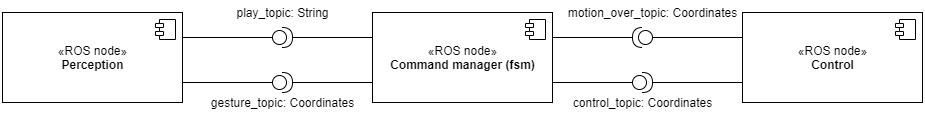
The draw.io diagram assignment2/images/architecture and topics.png in andreabradpitto/Experimental-robotics-laboratory, before a commit. Source tidied: cells renumbered, new cells last; positions are measured from the earlier drawing's top-left corner, leaving out a move shared by most shapes. Source of this version:
```xml
<mxGraphModel>
  <root>
    <mxCell id="0" style="html=1;" />
    <mxCell id="1" style="html=1;" parent="0" />
    <mxCell id="2" value="«ROS node»&lt;br&gt;&lt;b&gt;Perception&lt;/b&gt;" style="html=1;" parent="1" vertex="1">
      <mxGeometry y="10" width="180" height="90" as="geometry" />
    </mxCell>
    <mxCell id="3" style="shape=module;jettyWidth=8;jettyHeight=4;" parent="2" vertex="1">
      <mxGeometry x="1" width="20" height="20" relative="1" as="geometry">
        <mxPoint x="-27" y="7" as="offset" />
      </mxGeometry>
    </mxCell>
    <mxCell id="4" value="«ROS node»&lt;br&gt;&lt;b&gt;Command manager (fsm)&lt;/b&gt;" style="html=1;" parent="1" vertex="1">
      <mxGeometry x="370" y="10" width="180" height="90" as="geometry" />
    </mxCell>
    <mxCell id="5" style="shape=module;jettyWidth=8;jettyHeight=4;" parent="4" vertex="1">
      <mxGeometry x="1" width="20" height="20" relative="1" as="geometry">
        <mxPoint x="-27" y="7" as="offset" />
      </mxGeometry>
    </mxCell>
    <mxCell id="6" value="«ROS node»&lt;br&gt;&lt;b&gt;Control&lt;/b&gt;" style="html=1;" parent="1" vertex="1">
      <mxGeometry x="740" y="10" width="180" height="90" as="geometry" />
    </mxCell>
    <mxCell id="7" style="shape=module;jettyWidth=8;jettyHeight=4;" parent="6" vertex="1">
      <mxGeometry x="1" width="20" height="20" relative="1" as="geometry">
        <mxPoint x="-27" y="7" as="offset" />
      </mxGeometry>
    </mxCell>
    <mxCell id="8" style="shape=providedRequiredInterface;html=1;verticalLabelPosition=bottom;" parent="1" vertex="1">
      <mxGeometry x="270" y="70" width="20" height="20" as="geometry" />
    </mxCell>
    <mxCell id="9" style="line;strokeWidth=1;fillColor=none;align=left;verticalAlign=middle;spacingTop=-1;spacingLeft=3;spacingRight=3;labelPosition=right;" parent="1" vertex="1">
      <mxGeometry x="180" y="76" width="90" height="8" as="geometry" />
    </mxCell>
    <mxCell id="10" style="line;strokeWidth=1;fillColor=none;align=left;verticalAlign=middle;spacingTop=-1;spacingLeft=3;spacingRight=3;labelPosition=right;" parent="1" vertex="1">
      <mxGeometry x="290" y="76" width="80" height="8" as="geometry" />
    </mxCell>
    <mxCell id="11" style="line;strokeWidth=1;fillColor=none;align=left;verticalAlign=middle;spacingTop=-1;spacingLeft=3;spacingRight=3;labelPosition=right;" parent="1" vertex="1">
      <mxGeometry x="550" y="76" width="90" height="8" as="geometry" />
    </mxCell>
    <mxCell id="12" style="line;strokeWidth=1;fillColor=none;align=left;verticalAlign=middle;spacingTop=-1;spacingLeft=3;spacingRight=3;labelPosition=right;" parent="1" vertex="1">
      <mxGeometry x="650" y="76" width="90" height="8" as="geometry" />
    </mxCell>
    <mxCell id="13" style="shape=providedRequiredInterface;html=1;verticalLabelPosition=bottom;" parent="1" vertex="1">
      <mxGeometry x="630" y="70" width="20" height="20" as="geometry" />
    </mxCell>
    <mxCell id="14" value="gesture_topic: Coordinates" style="text;html=1;align=center;verticalAlign=middle;" parent="1" vertex="1">
      <mxGeometry x="200" y="90" width="160" height="20" as="geometry" />
    </mxCell>
    <mxCell id="15" value="control_topic: Coordinates" style="text;html=1;align=center;verticalAlign=middle;" parent="1" vertex="1">
      <mxGeometry x="565" y="90" width="150" height="20" as="geometry" />
    </mxCell>
    <mxCell id="16" style="shape=providedRequiredInterface;html=1;verticalLabelPosition=bottom;direction=west;" parent="1" vertex="1">
      <mxGeometry x="630" y="25" width="20" height="20" as="geometry" />
    </mxCell>
    <mxCell id="17" style="line;strokeWidth=1;fillColor=none;align=left;verticalAlign=middle;spacingTop=-1;spacingLeft=3;spacingRight=3;labelPosition=right;" parent="1" vertex="1">
      <mxGeometry x="550" y="31" width="80" height="8" as="geometry" />
    </mxCell>
    <mxCell id="18" style="line;strokeWidth=1;fillColor=none;align=left;verticalAlign=middle;spacingTop=-1;spacingLeft=3;spacingRight=3;labelPosition=right;" parent="1" vertex="1">
      <mxGeometry x="650" y="31" width="90" height="8" as="geometry" />
    </mxCell>
    <mxCell id="19" value="motion_over_topic: Coordinates" style="text;html=1;align=center;verticalAlign=middle;" parent="1" vertex="1">
      <mxGeometry x="560" width="180" height="20" as="geometry" />
    </mxCell>
    <mxCell id="20" style="shape=providedRequiredInterface;html=1;verticalLabelPosition=bottom;" parent="1" vertex="1">
      <mxGeometry x="270" y="25" width="20" height="20" as="geometry" />
    </mxCell>
    <mxCell id="21" style="line;strokeWidth=1;fillColor=none;align=left;verticalAlign=middle;spacingTop=-1;spacingLeft=3;spacingRight=3;labelPosition=right;" parent="1" vertex="1">
      <mxGeometry x="180" y="31" width="90" height="8" as="geometry" />
    </mxCell>
    <mxCell id="22" style="line;strokeWidth=1;fillColor=none;align=left;verticalAlign=middle;spacingTop=-1;spacingLeft=3;spacingRight=3;labelPosition=right;" parent="1" vertex="1">
      <mxGeometry x="290" y="31" width="80" height="8" as="geometry" />
    </mxCell>
    <mxCell id="23" value="play_topic: String" style="text;html=1;align=center;verticalAlign=middle;" parent="1" vertex="1">
      <mxGeometry x="225" width="110" height="20" as="geometry" />
    </mxCell>
  </root>
</mxGraphModel>
```
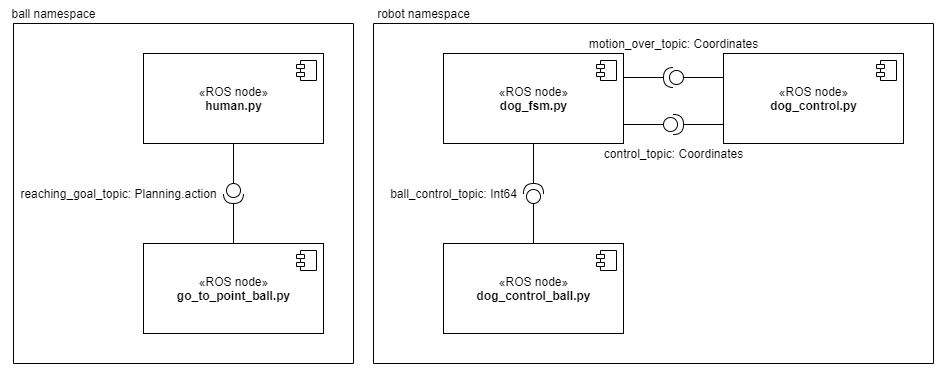
After the change.

The edit, as a diff of the source:
```diff
@@ -2,77 +2,147 @@
   <root>
     <mxCell id="0" style="html=1;" />
     <mxCell id="1" style="html=1;" parent="0" />
-    <mxCell id="2" value="«ROS node»&lt;br&gt;&lt;b&gt;Perception&lt;/b&gt;" style="html=1;" parent="1" vertex="1">
-      <mxGeometry y="10" width="180" height="90" as="geometry" />
+    <mxCell id="2" value="«ROS node»&lt;br&gt;&lt;b&gt;human.py&lt;/b&gt;" style="html=1;" parent="1" vertex="1">
+      <mxGeometry x="40" y="10" width="180" height="90" as="geometry" />
     </mxCell>
     <mxCell id="3" style="shape=module;jettyWidth=8;jettyHeight=4;" parent="2" vertex="1">
       <mxGeometry x="1" width="20" height="20" relative="1" as="geometry">
         <mxPoint x="-27" y="7" as="offset" />
       </mxGeometry>
     </mxCell>
-    <mxCell id="4" value="«ROS node»&lt;br&gt;&lt;b&gt;Command manager (fsm)&lt;/b&gt;" style="html=1;" parent="1" vertex="1">
-      <mxGeometry x="370" y="10" width="180" height="90" as="geometry" />
+    <mxCell id="4" value="«ROS node»&lt;br&gt;&lt;b&gt;dog_fsm.py&lt;/b&gt;" style="html=1;" parent="1" vertex="1">
+      <mxGeometry x="340" y="10" width="180" height="90" as="geometry" />
     </mxCell>
     <mxCell id="5" style="shape=module;jettyWidth=8;jettyHeight=4;" parent="4" vertex="1">
       <mxGeometry x="1" width="20" height="20" relative="1" as="geometry">
         <mxPoint x="-27" y="7" as="offset" />
       </mxGeometry>
     </mxCell>
-    <mxCell id="6" value="«ROS node»&lt;br&gt;&lt;b&gt;Control&lt;/b&gt;" style="html=1;" parent="1" vertex="1">
-      <mxGeometry x="740" y="10" width="180" height="90" as="geometry" />
+    <mxCell id="6" value="«ROS node»&lt;br&gt;&lt;b&gt;dog_control.py&lt;/b&gt;" style="html=1;" parent="1" vertex="1">
+      <mxGeometry x="620" y="10" width="180" height="90" as="geometry" />
     </mxCell>
     <mxCell id="7" style="shape=module;jettyWidth=8;jettyHeight=4;" parent="6" vertex="1">
       <mxGeometry x="1" width="20" height="20" relative="1" as="geometry">
         <mxPoint x="-27" y="7" as="offset" />
       </mxGeometry>
     </mxCell>
-    <mxCell id="8" style="shape=providedRequiredInterface;html=1;verticalLabelPosition=bottom;" parent="1" vertex="1">
-      <mxGeometry x="270" y="70" width="20" height="20" as="geometry" />
+    <mxCell id="8" style="shape=providedRequiredInterface;html=1;verticalLabelPosition=bottom;direction=south;" parent="1" vertex="1">
+      <mxGeometry x="120" y="140" width="20" height="20" as="geometry" />
     </mxCell>
-    <mxCell id="9" style="line;strokeWidth=1;fillColor=none;align=left;verticalAlign=middle;spacingTop=-1;spacingLeft=3;spacingRight=3;labelPosition=right;" parent="1" vertex="1">
-      <mxGeometry x="180" y="76" width="90" height="8" as="geometry" />
-    </mxCell>
-    <mxCell id="10" style="line;strokeWidth=1;fillColor=none;align=left;verticalAlign=middle;spacingTop=-1;spacingLeft=3;spacingRight=3;labelPosition=right;" parent="1" vertex="1">
-      <mxGeometry x="290" y="76" width="80" height="8" as="geometry" />
+    <mxCell id="10" style="line;strokeWidth=1;fillColor=none;align=left;verticalAlign=middle;spacingTop=-1;spacingLeft=3;spacingRight=3;labelPosition=right;direction=south;" parent="1" vertex="1">
+      <mxGeometry x="126" y="160" width="8" height="40" as="geometry" />
     </mxCell>
-    <mxCell id="11" style="line;strokeWidth=1;fillColor=none;align=left;verticalAlign=middle;spacingTop=-1;spacingLeft=3;spacingRight=3;labelPosition=right;" parent="1" vertex="1">
-      <mxGeometry x="550" y="76" width="90" height="8" as="geometry" />
-    </mxCell>
-    <mxCell id="12" style="line;strokeWidth=1;fillColor=none;align=left;verticalAlign=middle;spacingTop=-1;spacingLeft=3;spacingRight=3;labelPosition=right;" parent="1" vertex="1">
-      <mxGeometry x="650" y="76" width="90" height="8" as="geometry" />
-    </mxCell>
-    <mxCell id="13" style="shape=providedRequiredInterface;html=1;verticalLabelPosition=bottom;" parent="1" vertex="1">
-      <mxGeometry x="630" y="70" width="20" height="20" as="geometry" />
-    </mxCell>
-    <mxCell id="14" value="gesture_topic: Coordinates" style="text;html=1;align=center;verticalAlign=middle;" parent="1" vertex="1">
-      <mxGeometry x="200" y="90" width="160" height="20" as="geometry" />
+    <mxCell id="14" value="reaching_goal_topic: Planning.action" style="text;html=1;align=center;verticalAlign=middle;" parent="1" vertex="1">
+      <mxGeometry x="-90" y="140" width="210" height="20" as="geometry" />
     </mxCell>
     <mxCell id="15" value="control_topic: Coordinates" style="text;html=1;align=center;verticalAlign=middle;" parent="1" vertex="1">
-      <mxGeometry x="565" y="90" width="150" height="20" as="geometry" />
+      <mxGeometry x="495" y="100" width="150" height="20" as="geometry" />
     </mxCell>
-    <mxCell id="16" style="shape=providedRequiredInterface;html=1;verticalLabelPosition=bottom;direction=west;" parent="1" vertex="1">
-      <mxGeometry x="630" y="25" width="20" height="20" as="geometry" />
-    </mxCell>
-    <mxCell id="17" style="line;strokeWidth=1;fillColor=none;align=left;verticalAlign=middle;spacingTop=-1;spacingLeft=3;spacingRight=3;labelPosition=right;" parent="1" vertex="1">
-      <mxGeometry x="550" y="31" width="80" height="8" as="geometry" />
-    </mxCell>
-    <mxCell id="18" style="line;strokeWidth=1;fillColor=none;align=left;verticalAlign=middle;spacingTop=-1;spacingLeft=3;spacingRight=3;labelPosition=right;" parent="1" vertex="1">
-      <mxGeometry x="650" y="31" width="90" height="8" as="geometry" />
-    </mxCell>
     <mxCell id="19" value="motion_over_topic: Coordinates" style="text;html=1;align=center;verticalAlign=middle;" parent="1" vertex="1">
-      <mxGeometry x="560" width="180" height="20" as="geometry" />
+      <mxGeometry x="480" y="-10" width="180" height="20" as="geometry" />
     </mxCell>
-    <mxCell id="20" style="shape=providedRequiredInterface;html=1;verticalLabelPosition=bottom;" parent="1" vertex="1">
-      <mxGeometry x="270" y="25" width="20" height="20" as="geometry" />
-    </mxCell>
-    <mxCell id="21" style="line;strokeWidth=1;fillColor=none;align=left;verticalAlign=middle;spacingTop=-1;spacingLeft=3;spacingRight=3;labelPosition=right;" parent="1" vertex="1">
-      <mxGeometry x="180" y="31" width="90" height="8" as="geometry" />
-    </mxCell>
-    <mxCell id="22" style="line;strokeWidth=1;fillColor=none;align=left;verticalAlign=middle;spacingTop=-1;spacingLeft=3;spacingRight=3;labelPosition=right;" parent="1" vertex="1">
-      <mxGeometry x="290" y="31" width="80" height="8" as="geometry" />
-    </mxCell>
-    <mxCell id="23" value="play_topic: String" style="text;html=1;align=center;verticalAlign=middle;" parent="1" vertex="1">
-      <mxGeometry x="225" width="110" height="20" as="geometry" />
-    </mxCell>
+    <mxCell id="24" value="«ROS node»&lt;br&gt;&lt;b&gt;go_to_point_ball.py&lt;/b&gt;" style="html=1;" parent="1" vertex="1">
+      <mxGeometry x="40" y="200" width="180" height="90" as="geometry" />
+    </mxCell>
+    <mxCell id="25" style="shape=module;jettyWidth=8;jettyHeight=4;" parent="24" vertex="1">
+      <mxGeometry x="1" width="20" height="20" relative="1" as="geometry">
+        <mxPoint x="-27" y="7" as="offset" />
+      </mxGeometry>
+    </mxCell>
+    <mxCell id="26" value="«ROS node»&lt;br&gt;&lt;b&gt;dog_control_ball.py&lt;/b&gt;" style="html=1;" parent="1" vertex="1">
+      <mxGeometry x="340" y="200" width="180" height="90" as="geometry" />
+    </mxCell>
+    <mxCell id="27" style="shape=module;jettyWidth=8;jettyHeight=4;" parent="26" vertex="1">
+      <mxGeometry x="1" width="20" height="20" relative="1" as="geometry">
+        <mxPoint x="-27" y="7" as="offset" />
+      </mxGeometry>
+    </mxCell>
+    <mxCell id="28" style="line;strokeWidth=1;fillColor=none;align=left;verticalAlign=middle;spacingTop=-1;spacingLeft=3;spacingRight=3;labelPosition=right;direction=south;" parent="1" vertex="1">
+      <mxGeometry x="126" y="100" width="8" height="40" as="geometry" />
+    </mxCell>
+    <mxCell id="29" style="shape=providedRequiredInterface;html=1;verticalLabelPosition=bottom;direction=north;" parent="1" vertex="1">
+      <mxGeometry x="420" y="140" width="20" height="20" as="geometry" />
+    </mxCell>
+    <mxCell id="30" style="line;strokeWidth=1;fillColor=none;align=left;verticalAlign=middle;spacingTop=-1;spacingLeft=3;spacingRight=3;labelPosition=right;direction=south;" parent="1" vertex="1">
+      <mxGeometry x="426" y="160" width="8" height="40" as="geometry" />
+    </mxCell>
+    <mxCell id="31" style="line;strokeWidth=1;fillColor=none;align=left;verticalAlign=middle;spacingTop=-1;spacingLeft=3;spacingRight=3;labelPosition=right;direction=south;" parent="1" vertex="1">
+      <mxGeometry x="426" y="100" width="8" height="40" as="geometry" />
+    </mxCell>
+    <mxCell id="32" style="line;strokeWidth=1;fillColor=none;align=left;verticalAlign=middle;spacingTop=-1;spacingLeft=3;spacingRight=3;labelPosition=right;direction=west;" parent="1" vertex="1">
+      <mxGeometry x="520" y="30" width="40" height="8" as="geometry" />
+    </mxCell>
+    <mxCell id="33" style="line;strokeWidth=1;fillColor=none;align=left;verticalAlign=middle;spacingTop=-1;spacingLeft=3;spacingRight=3;labelPosition=right;direction=west;" parent="1" vertex="1">
+      <mxGeometry x="580" y="30" width="40" height="8" as="geometry" />
+    </mxCell>
+    <mxCell id="34" style="shape=providedRequiredInterface;html=1;verticalLabelPosition=bottom;direction=east;" parent="1" vertex="1">
+      <mxGeometry x="560" y="71" width="20" height="20" as="geometry" />
+    </mxCell>
+    <mxCell id="35" style="line;strokeWidth=1;fillColor=none;align=left;verticalAlign=middle;spacingTop=-1;spacingLeft=3;spacingRight=3;labelPosition=right;direction=west;" parent="1" vertex="1">
+      <mxGeometry x="520" y="77" width="40" height="8" as="geometry" />
+    </mxCell>
+    <mxCell id="36" style="line;strokeWidth=1;fillColor=none;align=left;verticalAlign=middle;spacingTop=-1;spacingLeft=3;spacingRight=3;labelPosition=right;direction=west;" parent="1" vertex="1">
+      <mxGeometry x="580" y="77" width="40" height="8" as="geometry" />
+    </mxCell>
+    <mxCell id="37" style="shape=providedRequiredInterface;html=1;verticalLabelPosition=bottom;direction=west;" parent="1" vertex="1">
+      <mxGeometry x="560" y="24" width="20" height="20" as="geometry" />
+    </mxCell>
+    <mxCell id="38" value="ball_control_topic: Int64" style="text;html=1;align=center;verticalAlign=middle;" parent="1" vertex="1">
+      <mxGeometry x="280" y="140" width="140" height="20" as="geometry" />
+    </mxCell>
+    <mxCell id="39" style="endArrow=none;html=1;" parent="1" edge="1">
+      <mxGeometry relative="1" as="geometry">
+        <mxPoint x="-90" y="320" as="sourcePoint" />
+        <mxPoint x="-90" y="-20" as="targetPoint" />
+      </mxGeometry>
+    </mxCell>
+    <mxCell id="40" style="endArrow=none;html=1;" parent="1" edge="1">
+      <mxGeometry relative="1" as="geometry">
+        <mxPoint x="250" y="320" as="sourcePoint" />
+        <mxPoint x="250" y="-20" as="targetPoint" />
+      </mxGeometry>
+    </mxCell>
+    <mxCell id="41" style="endArrow=none;html=1;" parent="1" edge="1">
+      <mxGeometry relative="1" as="geometry">
+        <mxPoint x="250" y="320" as="sourcePoint" />
+        <mxPoint x="-90" y="320" as="targetPoint" />
+      </mxGeometry>
+    </mxCell>
+    <mxCell id="42" style="endArrow=none;html=1;" parent="1" edge="1">
+      <mxGeometry relative="1" as="geometry">
+        <mxPoint x="250" y="-20" as="sourcePoint" />
+        <mxPoint x="-90" y="-20" as="targetPoint" />
+      </mxGeometry>
+    </mxCell>
+    <mxCell id="43" style="endArrow=none;html=1;" parent="1" edge="1">
+      <mxGeometry relative="1" as="geometry">
+        <mxPoint x="830" y="320" as="sourcePoint" />
+        <mxPoint x="270" y="320" as="targetPoint" />
+      </mxGeometry>
+    </mxCell>
+    <mxCell id="44" style="endArrow=none;html=1;" parent="1" edge="1">
+      <mxGeometry relative="1" as="geometry">
+        <mxPoint x="830" y="-20" as="sourcePoint" />
+        <mxPoint x="270" y="-20" as="targetPoint" />
+      </mxGeometry>
+    </mxCell>
+    <mxCell id="45" style="endArrow=none;html=1;" parent="1" edge="1">
+      <mxGeometry relative="1" as="geometry">
+        <mxPoint x="270" y="320" as="sourcePoint" />
+        <mxPoint x="270" y="-20" as="targetPoint" />
+      </mxGeometry>
+    </mxCell>
+    <mxCell id="46" style="endArrow=none;html=1;" parent="1" edge="1">
+      <mxGeometry relative="1" as="geometry">
+        <mxPoint x="830" y="320" as="sourcePoint" />
+        <mxPoint x="830" y="-20" as="targetPoint" />
+      </mxGeometry>
+    </mxCell>
+    <mxCell id="47" value="ball namespace" style="text;html=1;align=center;verticalAlign=middle;" parent="1" vertex="1">
+      <mxGeometry x="-100" y="-40" width="100" height="20" as="geometry" />
+    </mxCell>
+    <mxCell id="48" value="robot namespace" style="text;html=1;align=center;verticalAlign=middle;" parent="1" vertex="1">
+      <mxGeometry x="265" y="-40" width="110" height="20" as="geometry" />
+    </mxCell>
   </root>
 </mxGraphModel>
```
